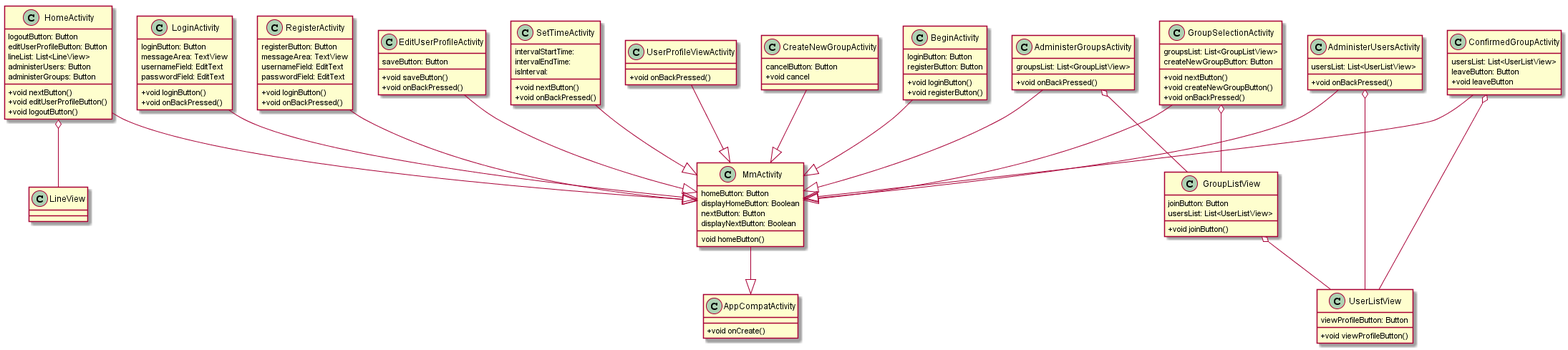
Earlier version of the PlantUML export 2 Entwurf/GUI/guiclassdiagram.png (itzMatze/PSE-Team02).
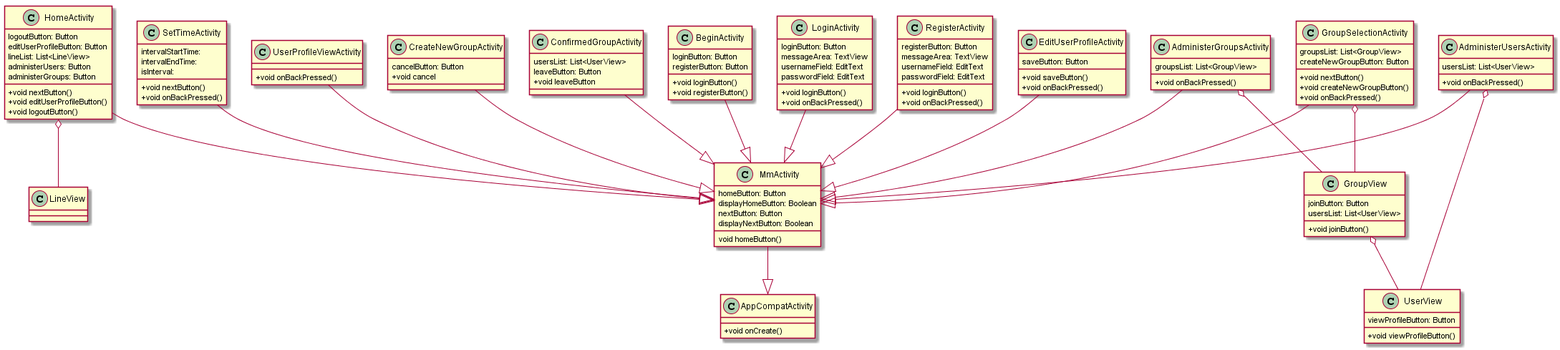
After the change.

Change to the diagram source:
```diff
@@ -73,20 +73,20 @@
 HomeActivity o-- LineView
 
 class AdministerGroupsActivity {
-	groupsList: List<GroupListView>
+	groupsList: List<GroupView>
 	+void onBackPressed()
 }
 
 AdministerGroupsActivity --|> MmActivity
-AdministerGroupsActivity o-- GroupListView
+AdministerGroupsActivity o-- GroupView
 
 class AdministerUsersActivity {
-	usersList: List<UserListView>
+	usersList: List<UserView>
 	+void onBackPressed()
 }
 
 AdministerUsersActivity --|> MmActivity
-AdministerUsersActivity o-- UserListView
+AdministerUsersActivity o-- UserView
 
 class SetTimeActivity {
 	intervalStartTime:
@@ -99,7 +99,7 @@
 SetTimeActivity --|> MmActivity
 
 class GroupSelectionActivity {
-	groupsList: List<GroupListView>
+	groupsList: List<GroupView>
 	createNewGroupButton: Button
 	+void nextButton()
 	+void createNewGroupButton()
@@ -108,20 +108,20 @@
 
 GroupSelectionActivity --|> MmActivity
 
-class GroupListView {
+class GroupView {
 	joinButton: Button
-	usersList: List<UserListView>
+	usersList: List<UserView>
 	+void joinButton()
 }
 
-GroupSelectionActivity o-- GroupListView
+GroupSelectionActivity o-- GroupView
 
-class UserListView {
+class UserView {
 	viewProfileButton: Button
 	+void viewProfileButton()
 }
 
-GroupListView o-- UserListView
+GroupView o-- UserView
 
 class UserProfileViewActivity {
 	+void onBackPressed()
@@ -137,12 +137,11 @@
 CreateNewGroupActivity --|> MmActivity
 
 class ConfirmedGroupActivity {
-	usersList: List<UserListView>
+	usersList: List<UserView>
 	leaveButton: Button
 	+void leaveButton
 }
 
 ConfirmedGroupActivity 	--|> MmActivity
-ConfirmedGroupActivity  o-- UserListView
 
 @enduml
```
